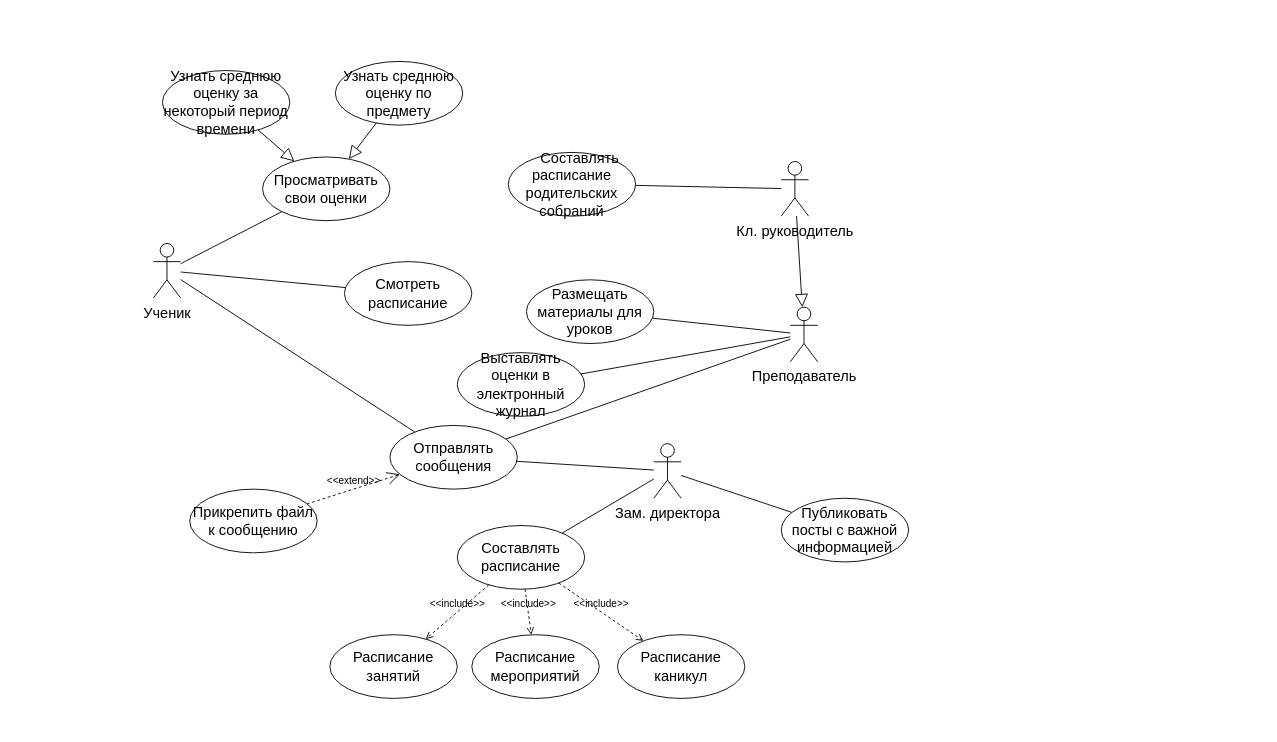
This is page "UseCase" (1 of 3) of Use Case.drawio from HereIamGosu/GosuEducation, a draw.io file, before an edit. Source tidied: cells renumbered, new cells numbered last; positions are measured from the earlier drawing's top-left corner, leaving out a move shared by most shapes. Both pictures are drawn from the tidied source at 91%, with x=0, y=0 at pixel (153, 61).
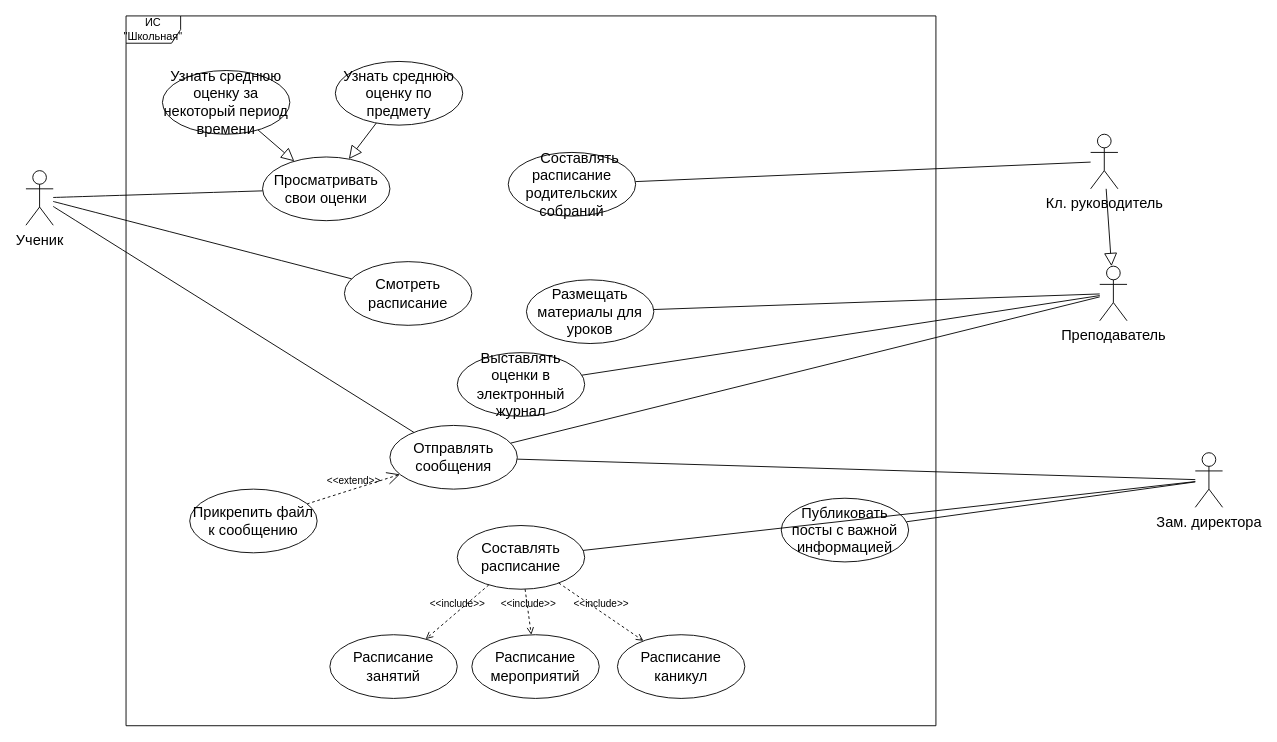
The same diagram, later.

Diff of the diagram source:
```diff
@@
     <mxCell id="2" value="Ученик" style="shape=umlActor;verticalLabelPosition=bottom;verticalAlign=top;html=1;fontSize=16;" parent="1" vertex="1">
-      <mxGeometry y="200" width="30" height="60" as="geometry" />
+      <mxGeometry x="-140" y="120" width="30" height="60" as="geometry" />
     </mxCell>
     <mxCell id="3" value="Зам. директора" style="shape=umlActor;verticalLabelPosition=bottom;verticalAlign=top;html=1;fontSize=16;" parent="1" vertex="1">
-      <mxGeometry x="550" y="420" width="30" height="60" as="geometry" />
+      <mxGeometry x="1145" y="430" width="30" height="60" as="geometry" />
     </mxCell>
@@
     <mxCell id="10" value="Кл. руководитель" style="shape=umlActor;verticalLabelPosition=bottom;verticalAlign=top;html=1;fontSize=16;" parent="1" vertex="1">
-      <mxGeometry x="690" y="110" width="30" height="60" as="geometry" />
+      <mxGeometry x="1030" y="80" width="30" height="60" as="geometry" />
     </mxCell>
     <mxCell id="11" value="Преподаватель" style="shape=umlActor;verticalLabelPosition=bottom;verticalAlign=top;html=1;fontSize=16;" parent="1" vertex="1">
-      <mxGeometry x="700" y="270" width="30" height="60" as="geometry" />
+      <mxGeometry x="1040" y="225" width="30" height="60" as="geometry" />
     </mxCell>
@@
+    <mxCell id="37" value="ИС &quot;Школьная&quot;" style="shape=umlFrame;whiteSpace=wrap;html=1;" parent="1" vertex="1">
+      <mxGeometry x="-30" y="-50" width="890" height="780" as="geometry" />
+    </mxCell>
```
